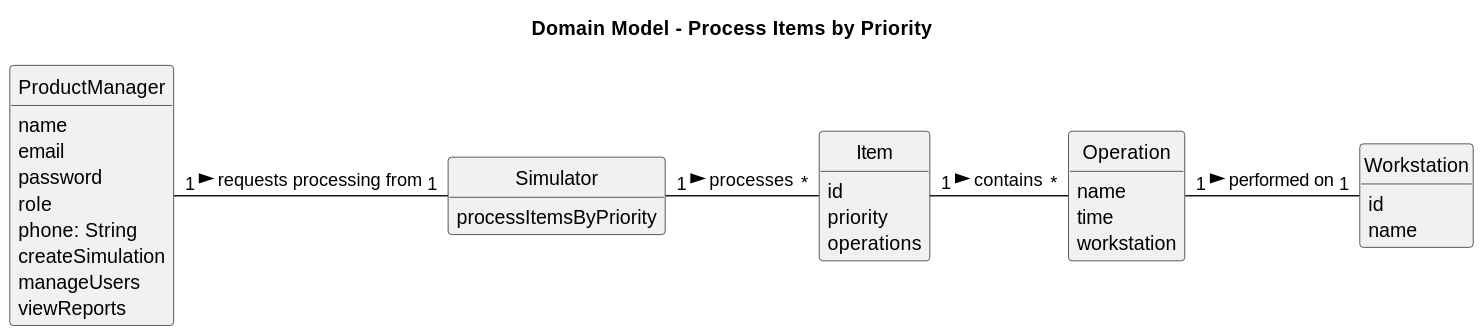
AmirMasnavi/Industrial-Production-Simulator keeps this PlantUML diagram as Sprint2/documentation/USEI08/02.analysis/svg/USEI08-domain-model.svg. Above is the earlier version.
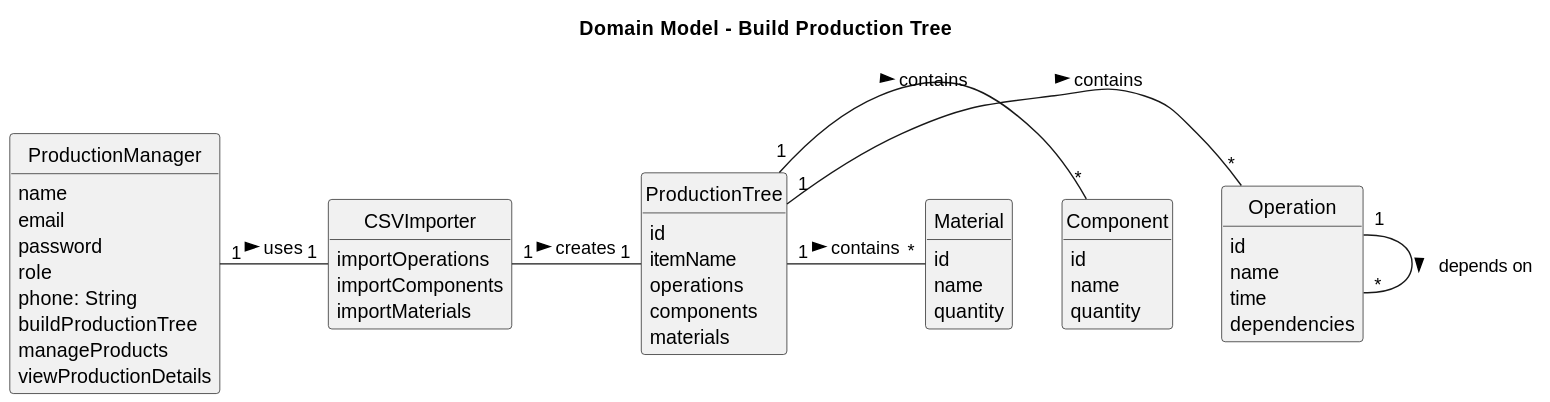
The same diagram one commit later.

Commit message:
domain model and SSD USEI08

The edit, as a diff of the source:
```diff
@@ -7,42 +7,56 @@
 hide circle
 hide methods
 
-title Domain Model - Process Items by Priority
+title Domain Model - Build Production Tree
 
-class Simulator {
-    processItemsByPriority
-}
-class ProductManager {
+class ProductionManager {
     name
     email
     password
     role
     phone: String
-    createSimulation
-    manageUsers
-    viewReports
-    }
+    buildProductionTree
+    manageProducts
+    viewProductionDetails
+}
 
-
-class Item {
+class ProductionTree {
     id
-    priority
+    itemName
     operations
+    components
+    materials
 }
 
 class Operation {
+    id
     name
     time
-    workstation
+    dependencies
 }
 
-class Workstation {
+class Component {
     id
     name
+    quantity
 }
 
-ProductManager "1" - "1" Simulator : requests processing from >
-Simulator "1" - "*" Item : processes >
-Item "1" - "*" Operation : contains >
-Operation "1" - "1" Workstation : performed on >
+class Material {
+    id
+    name
+    quantity
+}
+
+class CSVImporter {
+    importOperations
+    importComponents
+    importMaterials
+}
+
+ProductionManager "1" - "1" CSVImporter : uses >
+CSVImporter "1" - "1" ProductionTree : creates >
+ProductionTree "1" - "*" Operation : contains >
+ProductionTree "1" - "*" Component : contains >
+ProductionTree "1" - "*" Material : contains >
+Operation "1" - "*" Operation : depends on >
 @enduml
```
